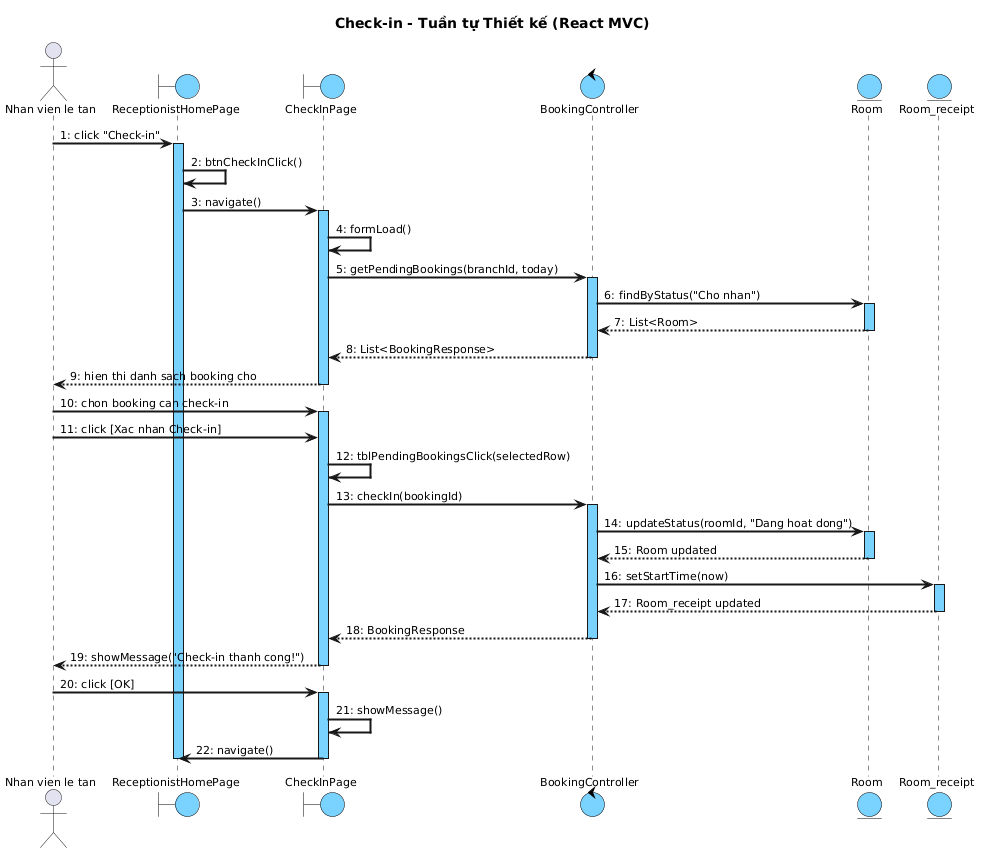
This is output/diagrams/booking_seq_2.png from thanhtrnnn/cnpm, a PlantUML export, as it was before one commit.
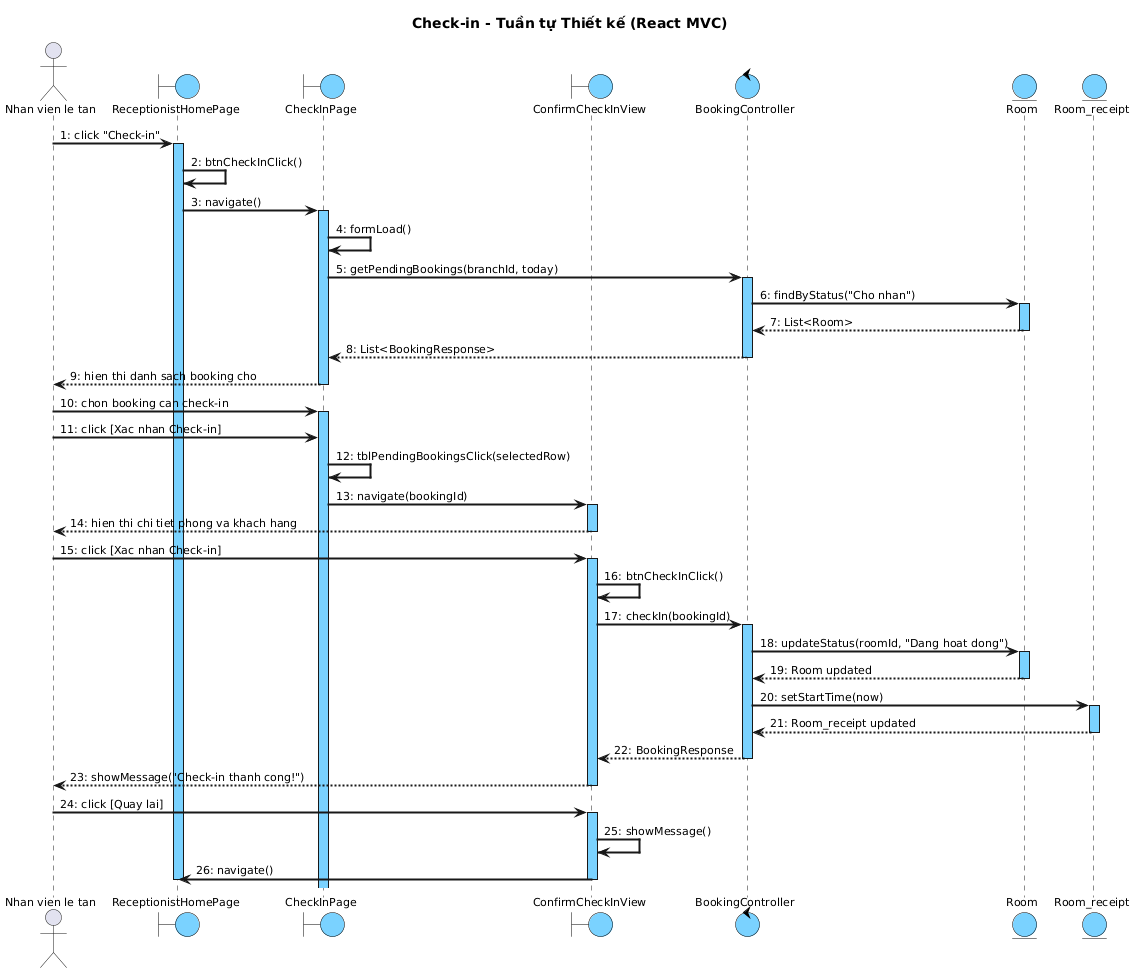
Above is the later version.

Commit message:
fix: rewrite design sequence diagrams — exact step match, fix heading hierarchy, remove duplicate content

Change to the diagram source:
```diff
@@ -18,6 +18,7 @@
 actor "Nhan vien le tan" as NV
 boundary "ReceptionistHomePage" as Home
 boundary "CheckInPage" as CIP
+boundary "ConfirmCheckInView" as CCV
 control "BookingController" as Ctrl
 entity "Room" as Room
 entity "Room_receipt" as RR
@@ -43,25 +44,33 @@
 activate CIP
 NV -> CIP : 11: click [Xac nhan Check-in]
 CIP -> CIP : 12: tblPendingBookingsClick(selectedRow)
-CIP -> Ctrl : 13: checkIn(bookingId)
+CIP -> CCV : 13: navigate(bookingId)
+activate CCV
+CCV --> NV : 14: hien thi chi tiet phong va khach hang
+deactivate CCV
+
+NV -> CCV : 15: click [Xac nhan Check-in]
+activate CCV
+CCV -> CCV : 16: btnCheckInClick()
+CCV -> Ctrl : 17: checkIn(bookingId)
 activate Ctrl
-Ctrl -> Room : 14: updateStatus(roomId, "Dang hoat dong")
+Ctrl -> Room : 18: updateStatus(roomId, "Dang hoat dong")
 activate Room
-Room --> Ctrl : 15: Room updated
+Room --> Ctrl : 19: Room updated
 deactivate Room
-Ctrl -> RR : 16: setStartTime(now)
+Ctrl -> RR : 20: setStartTime(now)
 activate RR
-RR --> Ctrl : 17: Room_receipt updated
+RR --> Ctrl : 21: Room_receipt updated
 deactivate RR
-Ctrl --> CIP : 18: BookingResponse
+Ctrl --> CCV : 22: BookingResponse
 deactivate Ctrl
-CIP --> NV : 19: showMessage("Check-in thanh cong!")
-deactivate CIP
+CCV --> NV : 23: showMessage("Check-in thanh cong!")
+deactivate CCV
 
-NV -> CIP : 20: click [OK]
-activate CIP
-CIP -> CIP : 21: showMessage()
-CIP -> Home : 22: navigate()
-deactivate CIP
+NV -> CCV : 24: click [Quay lai]
+activate CCV
+CCV -> CCV : 25: showMessage()
+CCV -> Home : 26: navigate()
+deactivate CCV
 deactivate Home
 @enduml
```
